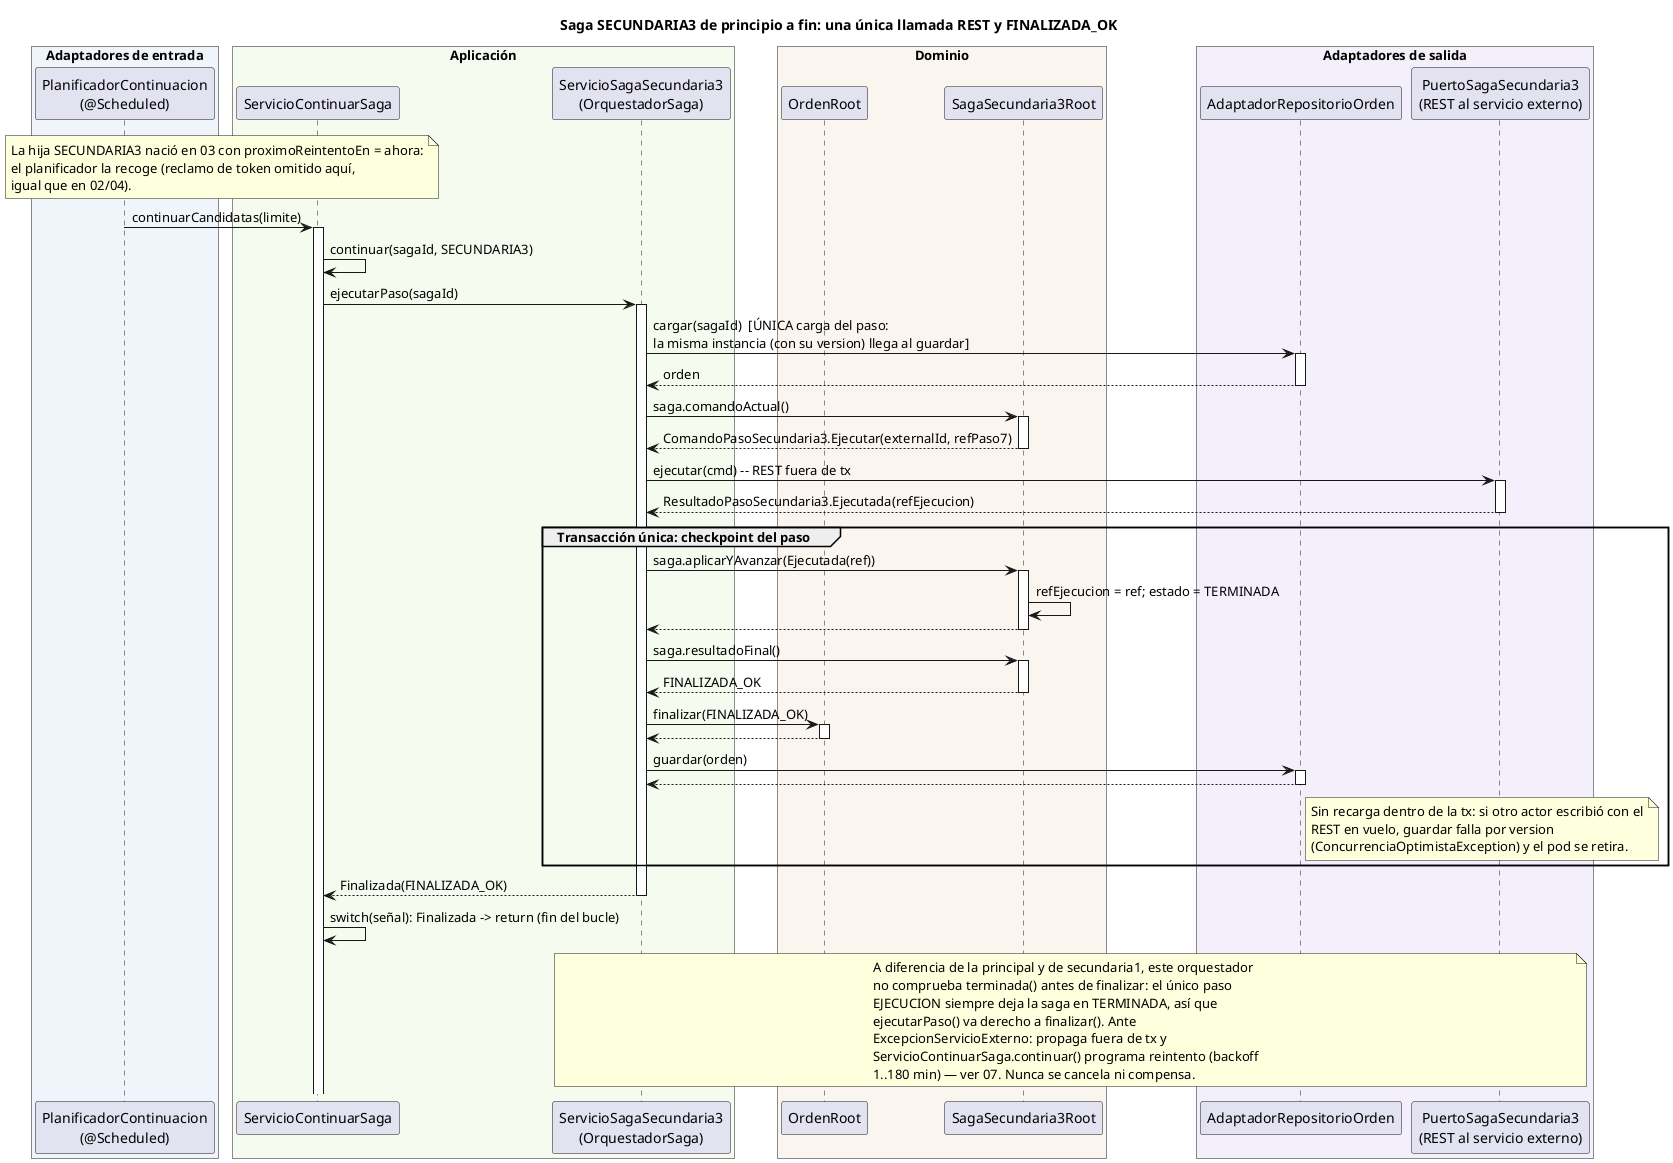
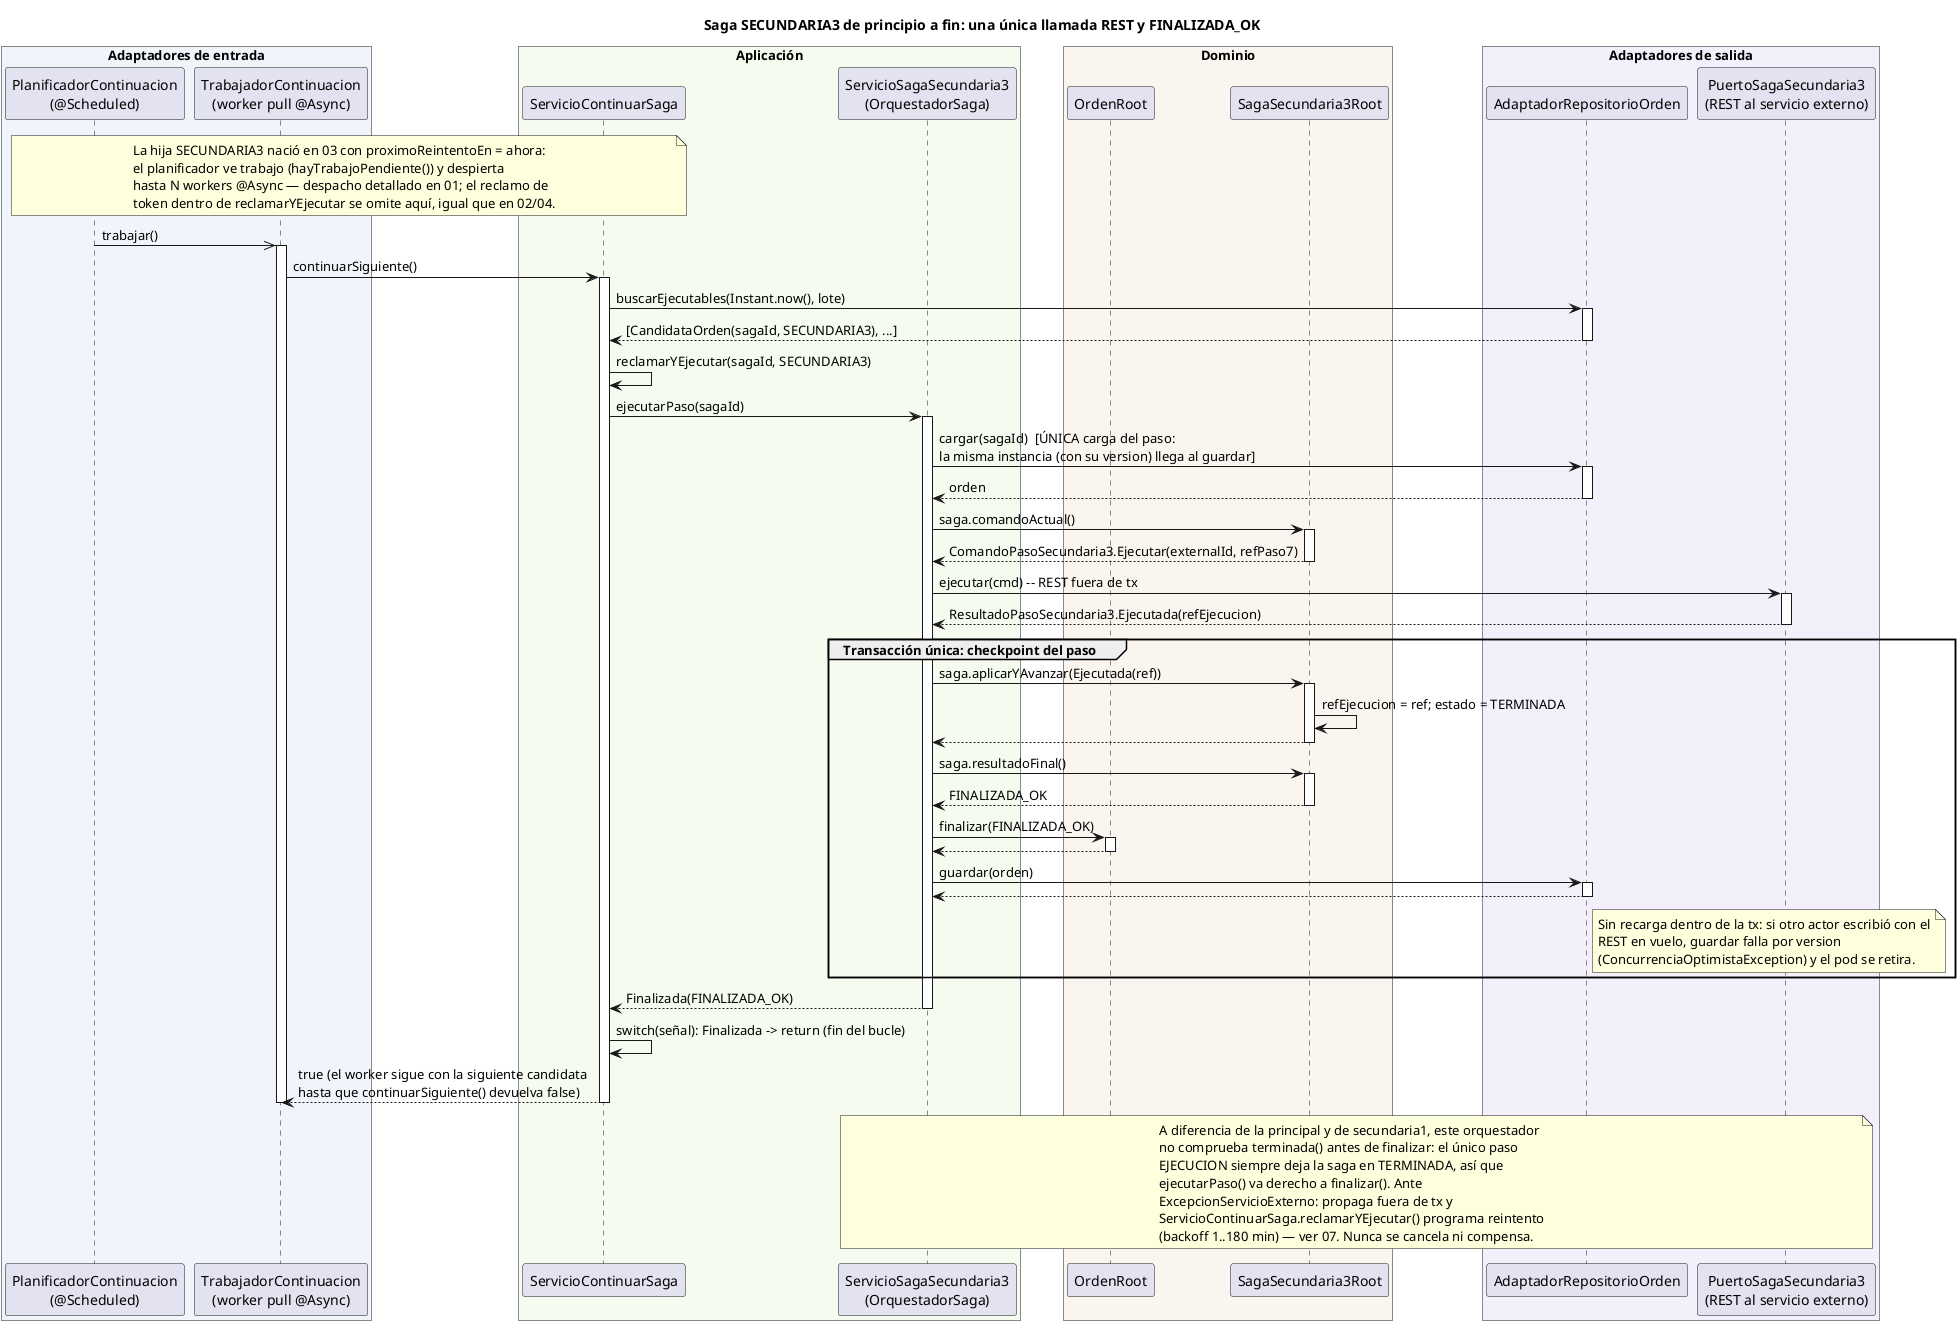
@startuml 06-saga-secundaria3
title Saga SECUNDARIA3 de principio a fin: una única llamada REST y FINALIZADA_OK

box "Adaptadores de entrada" #EFF5FB
  participant "PlanificadorContinuacion\n(@Scheduled)" as PLAN
+   participant "TrabajadorContinuacion\n(worker pull @Async)" as TRAB
end box
box "Aplicación" #F5FBEF
  participant "ServicioContinuarSaga" as CONT
  participant "ServicioSagaSecundaria3\n(OrquestadorSaga)" as ORQ
end box
box "Dominio" #FBF5EF
  participant "OrdenRoot" as ORDEN
  participant "SagaSecundaria3Root" as SAGA
end box
box "Adaptadores de salida" #F3EFFB
  participant "AdaptadorRepositorioOrden" as REPO
  participant "PuertoSagaSecundaria3\n(REST al servicio externo)" as PSIM
end box

note over PLAN, CONT
  La hija SECUNDARIA3 nació en 03 con proximoReintentoEn = ahora:
-   el planificador la recoge (reclamo de token omitido aquí,
-   igual que en 02/04).
+   el planificador ve trabajo (hayTrabajoPendiente()) y despierta
+   hasta N workers @Async — despacho detallado en 01; el reclamo de
+   token dentro de reclamarYEjecutar se omite aquí, igual que en 02/04.
end note

- PLAN -> CONT ++ : continuarCandidatas(limite)
- CONT -> CONT : continuar(sagaId, SECUNDARIA3)
+ PLAN ->> TRAB : trabajar()
+ activate TRAB
+ TRAB -> CONT ++ : continuarSiguiente()
+ CONT -> REPO ++ : buscarEjecutables(Instant.now(), lote)
+ return [CandidataOrden(sagaId, SECUNDARIA3), ...]
+ CONT -> CONT : reclamarYEjecutar(sagaId, SECUNDARIA3)
CONT -> ORQ ++ : ejecutarPaso(sagaId)
ORQ -> REPO ++ : cargar(sagaId)  [ÚNICA carga del paso:\nla misma instancia (con su version) llega al guardar]
return orden
ORQ -> SAGA ++ : saga.comandoActual()
return ComandoPasoSecundaria3.Ejecutar(externalId, refPaso7)
ORQ -> PSIM ++ : ejecutar(cmd) -- REST fuera de tx
return ResultadoPasoSecundaria3.Ejecutada(refEjecucion)
group Transacción única: checkpoint del paso
  ORQ -> SAGA ++ : saga.aplicarYAvanzar(Ejecutada(ref))
  SAGA -> SAGA : refEjecucion = ref; estado = TERMINADA
  return
  ORQ -> SAGA ++ : saga.resultadoFinal()
  return FINALIZADA_OK
  ORQ -> ORDEN ++ : finalizar(FINALIZADA_OK)
  return
  ORQ -> REPO ++ : guardar(orden)
  return
  note right of REPO
    Sin recarga dentro de la tx: si otro actor escribió con el
    REST en vuelo, guardar falla por version
    (ConcurrenciaOptimistaException) y el pod se retira.
  end note
end
return Finalizada(FINALIZADA_OK)
CONT -> CONT : switch(señal): Finalizada -> return (fin del bucle)
+ return true (el worker sigue con la siguiente candidata\nhasta que continuarSiguiente() devuelva false)
+ deactivate TRAB

note over ORQ, PSIM
  A diferencia de la principal y de secundaria1, este orquestador
  no comprueba terminada() antes de finalizar: el único paso
  EJECUCION siempre deja la saga en TERMINADA, así que
  ejecutarPaso() va derecho a finalizar(). Ante
  ExcepcionServicioExterno: propaga fuera de tx y
-   ServicioContinuarSaga.continuar() programa reintento (backoff
-   1..180 min) — ver 07. Nunca se cancela ni compensa.
+   ServicioContinuarSaga.reclamarYEjecutar() programa reintento
+   (backoff 1..180 min) — ver 07. Nunca se cancela ni compensa.
end note
@enduml
